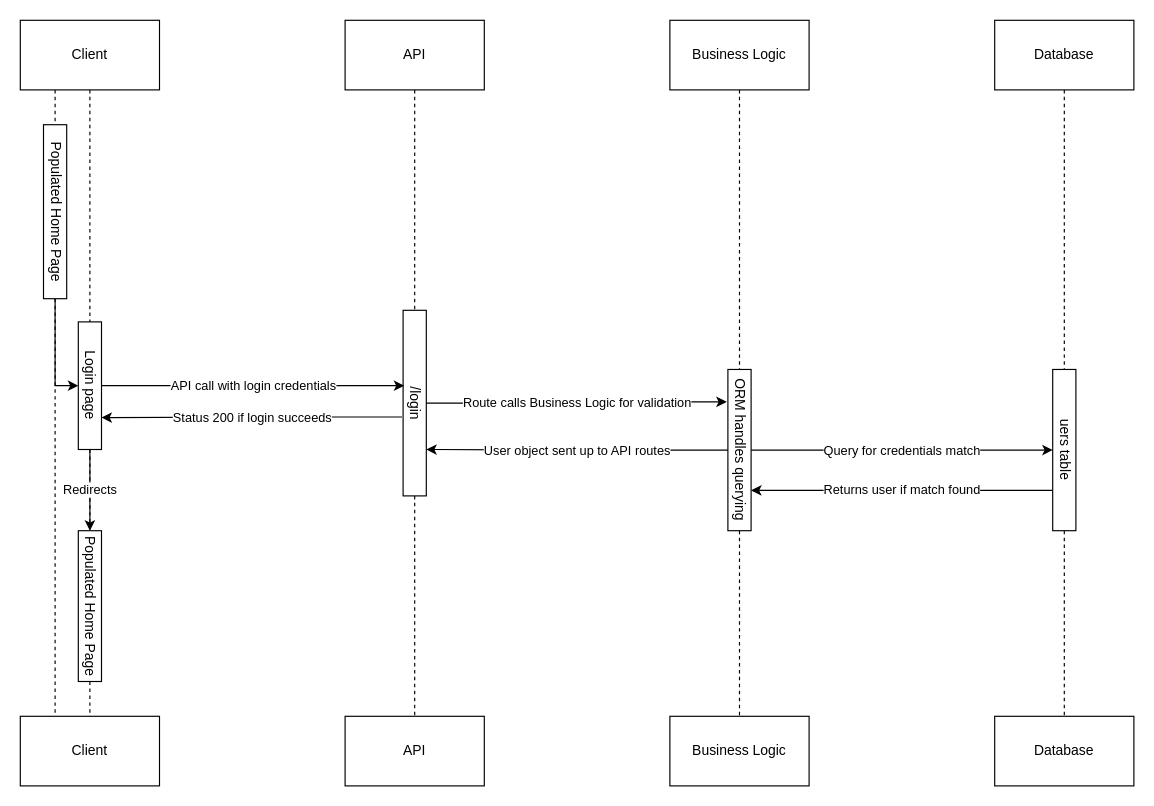
Before: part3/6_sequence diagrams/3_Login.drawio in jmitchell35/holbertonschool-portfolio_project, a draw.io diagram. Source tidied: cells renumbered, new cells numbered last; positions are measured from the earlier drawing's top-left corner, leaving out a move shared by most shapes. Both pictures are drawn from the tidied source at 116%, with x=0, y=0 at pixel (20, 20).
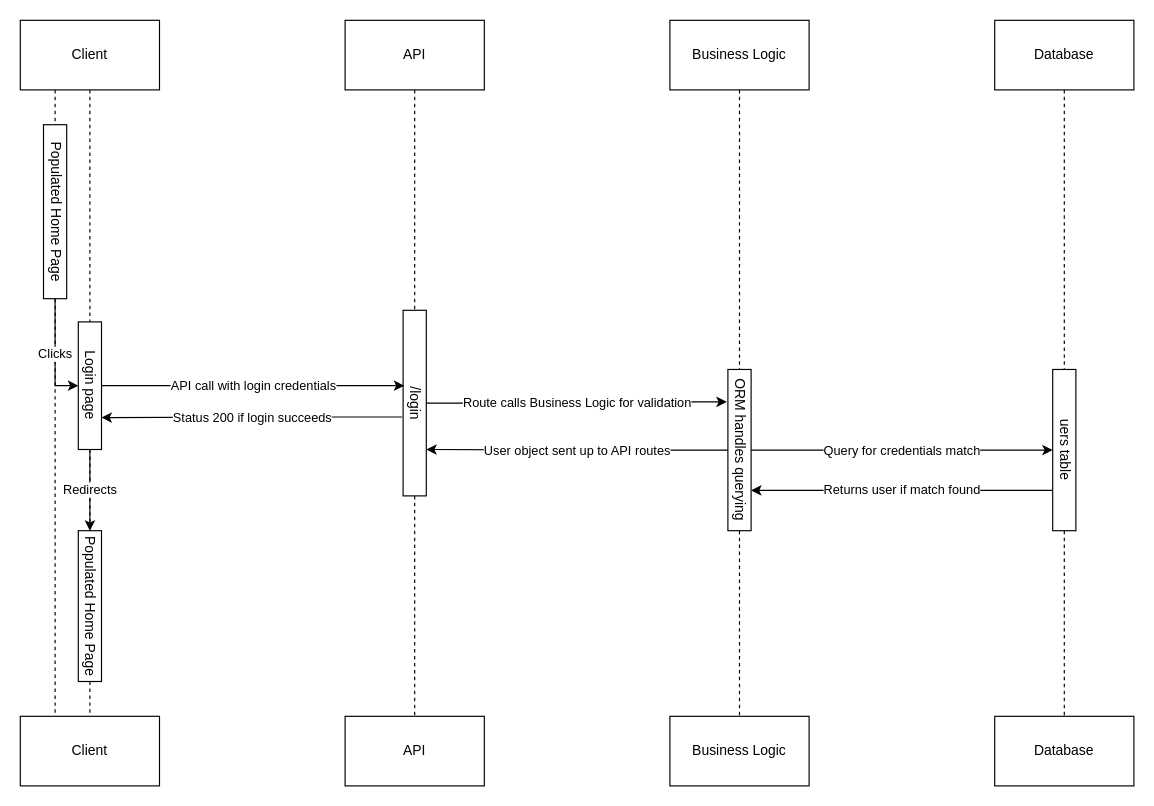
The same page after the edit.

Unchanged cells that the change refers to:
```xml
<mxCell id="8" value="Populated Home Page" style="rounded=0;whiteSpace=wrap;html=1;textDirection=vertical-lr;" parent="1" vertex="1">
  <mxGeometry x="20" y="90" width="20" height="150" as="geometry" />
</mxCell>
<mxCell id="23" value="Login page" style="rounded=0;whiteSpace=wrap;html=1;textDirection=vertical-lr;" parent="1" vertex="1">
  <mxGeometry x="50" y="260" width="20" height="110" as="geometry" />
</mxCell>
```

Diff of the diagram source:
```diff
@@
-    <mxCell id="7" style="edgeStyle=orthogonalEdgeStyle;rounded=0;jettySize=auto;html=1;exitX=0.5;exitY=1;exitDx=0;exitDy=0;entryX=0;entryY=0.5;entryDx=0;entryDy=0;" parent="1" edge="1" source="8" target="23">
+    <mxCell id="7" value="Clicks" style="edgeStyle=orthogonalEdgeStyle;rounded=0;jettySize=auto;html=1;exitX=0.5;exitY=1;exitDx=0;exitDy=0;entryX=0;entryY=0.5;entryDx=0;entryDy=0;" parent="1" edge="1" source="8" target="23">
       <mxGeometry relative="1" as="geometry" />
     </mxCell>
```
